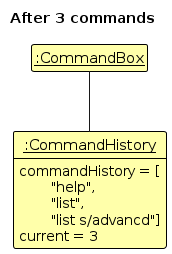
Above: diagrams/CommandHistoryState1.png in choppyback/tp (PlantUML), before the change. Its source is kept beside it as diagrams/CommandHistoryState1.puml. The source it was exported from:
```plantuml
@startuml
!include style.puml
skinparam ClassFontColor #000000
skinparam ClassBorderColor #000000
skinparam ClassBackgroundColor #FFFFAA
show member
hide empty member
title "After 3 commands"

Class "<u>:CommandBox" as CommandBox
Class "<u>:CommandHistory" as CommandHistory {
    commandHistory = [\n\t"help",\n\t"list", \n\t"list s/advancd"]
    current = 3
}

CommandBox -- CommandHistory

@enduml
```
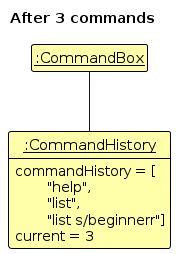
The same file after the commit.

Diff of the diagram source:
```diff
@@ -9,7 +9,7 @@
 
 Class "<u>:CommandBox" as CommandBox
 Class "<u>:CommandHistory" as CommandHistory {
-    commandHistory = [\n\t"help",\n\t"list", \n\t"list s/advancd"]
+    commandHistory = [\n\t"help",\n\t"list", \n\t"list s/beginnerr"]
     current = 3
 }
 
```
